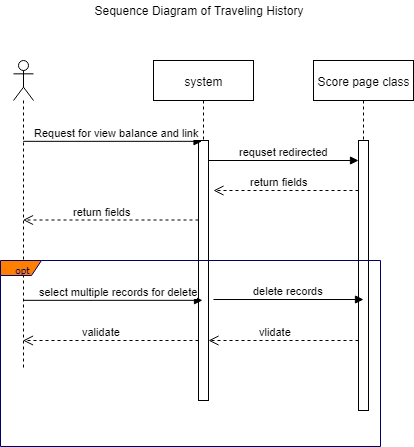
Earlier version of the draw.io export Behavioral Modeling/SequenceDiagram/PNG/traveling history.png (kargaranamir/Travelink). Source tidied: cells renumbered, new cells last; positions are measured from the earlier drawing's top-left corner, leaving out a move shared by most shapes. Its diagram source:
```xml
<mxGraphModel>
  <root>
    <mxCell id="0" />
    <mxCell id="1" parent="0" />
    <mxCell id="2" style="shape=umlLifeline;participant=umlActor;perimeter=lifelinePerimeter;whiteSpace=wrap;html=1;verticalAlign=top;spacingTop=36;labelBackgroundColor=#ffffff;outlineConnect=0;" parent="1" vertex="1">
      <mxGeometry x="13" y="60" width="20" height="310" as="geometry" />
    </mxCell>
    <mxCell id="3" value="system" style="shape=umlLifeline;perimeter=lifelinePerimeter;whiteSpace=wrap;html=1;" parent="1" vertex="1">
      <mxGeometry x="153" y="60" width="100" height="340" as="geometry" />
    </mxCell>
    <mxCell id="4" style="html=1;perimeter=orthogonalPerimeter;" parent="3" vertex="1">
      <mxGeometry x="45" y="80" width="10" height="260" as="geometry" />
    </mxCell>
    <mxCell id="5" value="Sequence Diagram of Traveling History" style="text;html=1;strokeColor=none;fillColor=none;align=center;verticalAlign=middle;whiteSpace=wrap;rounded=0;" parent="1" vertex="1">
      <mxGeometry x="33" width="330" height="20" as="geometry" />
    </mxCell>
    <mxCell id="6" value="Request for view balance and link&amp;nbsp;" style="html=1;verticalAlign=bottom;endArrow=block;entryX=0.333;entryY=0.254;entryDx=0;entryDy=0;entryPerimeter=0;" parent="1" edge="1">
      <mxGeometry x="0.07" relative="1" as="geometry">
        <mxPoint x="22.7" y="140.8" as="sourcePoint" />
        <mxPoint x="201.5" y="140.8" as="targetPoint" />
      </mxGeometry>
    </mxCell>
    <mxCell id="7" value="Score page class" style="shape=umlLifeline;perimeter=lifelinePerimeter;whiteSpace=wrap;html=1;" parent="1" vertex="1">
      <mxGeometry x="313" y="60" width="100" height="350" as="geometry" />
    </mxCell>
    <mxCell id="8" style="html=1;perimeter=orthogonalPerimeter;" parent="7" vertex="1">
      <mxGeometry x="45" y="80" width="10" height="270" as="geometry" />
    </mxCell>
    <mxCell id="9" value="requset redirected" style="html=1;verticalAlign=bottom;endArrow=block;" parent="1" edge="1">
      <mxGeometry relative="1" as="geometry">
        <mxPoint x="208" y="160" as="sourcePoint" />
        <mxPoint x="358" y="160" as="targetPoint" />
      </mxGeometry>
    </mxCell>
    <mxCell id="10" value="return fields" style="html=1;verticalAlign=bottom;endArrow=open;dashed=1;endSize=8;" parent="1" edge="1">
      <mxGeometry x="0.1" relative="1" as="geometry">
        <mxPoint x="358" y="190" as="sourcePoint" />
        <mxPoint x="213" y="190" as="targetPoint" />
      </mxGeometry>
    </mxCell>
    <mxCell id="11" value="return fields" style="html=1;verticalAlign=bottom;endArrow=open;dashed=1;endSize=8;" parent="1" edge="1" target="2">
      <mxGeometry x="0.1" relative="1" as="geometry">
        <mxPoint x="198" y="219.5" as="sourcePoint" />
      </mxGeometry>
    </mxCell>
    <mxCell id="12" value="select multiple records for delete" style="html=1;verticalAlign=bottom;endArrow=block;entryX=0.333;entryY=0.254;entryDx=0;entryDy=0;entryPerimeter=0;" parent="1" edge="1">
      <mxGeometry x="0.07" relative="1" as="geometry">
        <mxPoint x="23.2" y="299.8" as="sourcePoint" />
        <mxPoint x="202" y="299.8" as="targetPoint" />
      </mxGeometry>
    </mxCell>
    <mxCell id="13" value="delete records" style="html=1;verticalAlign=bottom;endArrow=block;" parent="1" edge="1">
      <mxGeometry relative="1" as="geometry">
        <mxPoint x="213" y="299" as="sourcePoint" />
        <mxPoint x="363" y="299" as="targetPoint" />
      </mxGeometry>
    </mxCell>
    <mxCell id="14" value="vlidate" style="html=1;verticalAlign=bottom;endArrow=open;dashed=1;endSize=8;" parent="1" edge="1">
      <mxGeometry x="0.1" relative="1" as="geometry">
        <mxPoint x="358" y="340" as="sourcePoint" />
        <mxPoint x="208" y="340" as="targetPoint" />
      </mxGeometry>
    </mxCell>
    <mxCell id="15" value="validate" style="html=1;verticalAlign=bottom;endArrow=open;dashed=1;endSize=8;" parent="1" edge="1" target="2">
      <mxGeometry x="0.1" relative="1" as="geometry">
        <mxPoint x="198" y="340" as="sourcePoint" />
      </mxGeometry>
    </mxCell>
    <mxCell id="16" value="opt" style="shape=umlFrame;whiteSpace=wrap;html=1;strokeColor=#000066;fillColor=#FF8000;fontFamily=Tahoma;fontSize=10;fontColor=#000066;align=center;width=41;height=15;" parent="1" vertex="1">
      <mxGeometry y="260" width="380" height="186" as="geometry" />
    </mxCell>
  </root>
</mxGraphModel>
```
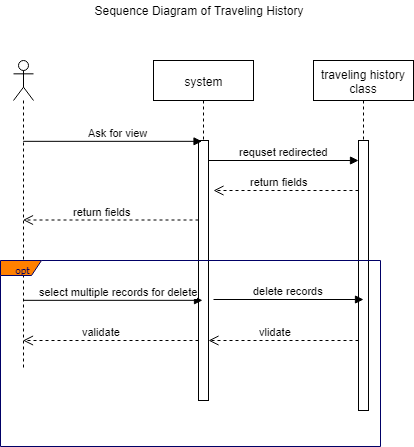
After the change.

What changed in the source:
```diff
@@ -14,13 +14,13 @@
     <mxCell id="5" value="Sequence Diagram of Traveling History" style="text;html=1;strokeColor=none;fillColor=none;align=center;verticalAlign=middle;whiteSpace=wrap;rounded=0;" parent="1" vertex="1">
       <mxGeometry x="33" width="330" height="20" as="geometry" />
     </mxCell>
-    <mxCell id="6" value="Request for view balance and link&amp;nbsp;" style="html=1;verticalAlign=bottom;endArrow=block;entryX=0.333;entryY=0.254;entryDx=0;entryDy=0;entryPerimeter=0;" parent="1" edge="1">
+    <mxCell id="6" value="Ask for view" style="html=1;verticalAlign=bottom;endArrow=block;entryX=0.333;entryY=0.254;entryDx=0;entryDy=0;entryPerimeter=0;" parent="1" edge="1">
       <mxGeometry x="0.07" relative="1" as="geometry">
         <mxPoint x="22.7" y="140.8" as="sourcePoint" />
         <mxPoint x="201.5" y="140.8" as="targetPoint" />
       </mxGeometry>
     </mxCell>
-    <mxCell id="7" value="Score page class" style="shape=umlLifeline;perimeter=lifelinePerimeter;whiteSpace=wrap;html=1;" parent="1" vertex="1">
+    <mxCell id="7" value="traveling history class" style="shape=umlLifeline;perimeter=lifelinePerimeter;whiteSpace=wrap;html=1;" parent="1" vertex="1">
       <mxGeometry x="313" y="60" width="100" height="350" as="geometry" />
     </mxCell>
     <mxCell id="8" style="html=1;perimeter=orthogonalPerimeter;" parent="7" vertex="1">
```
